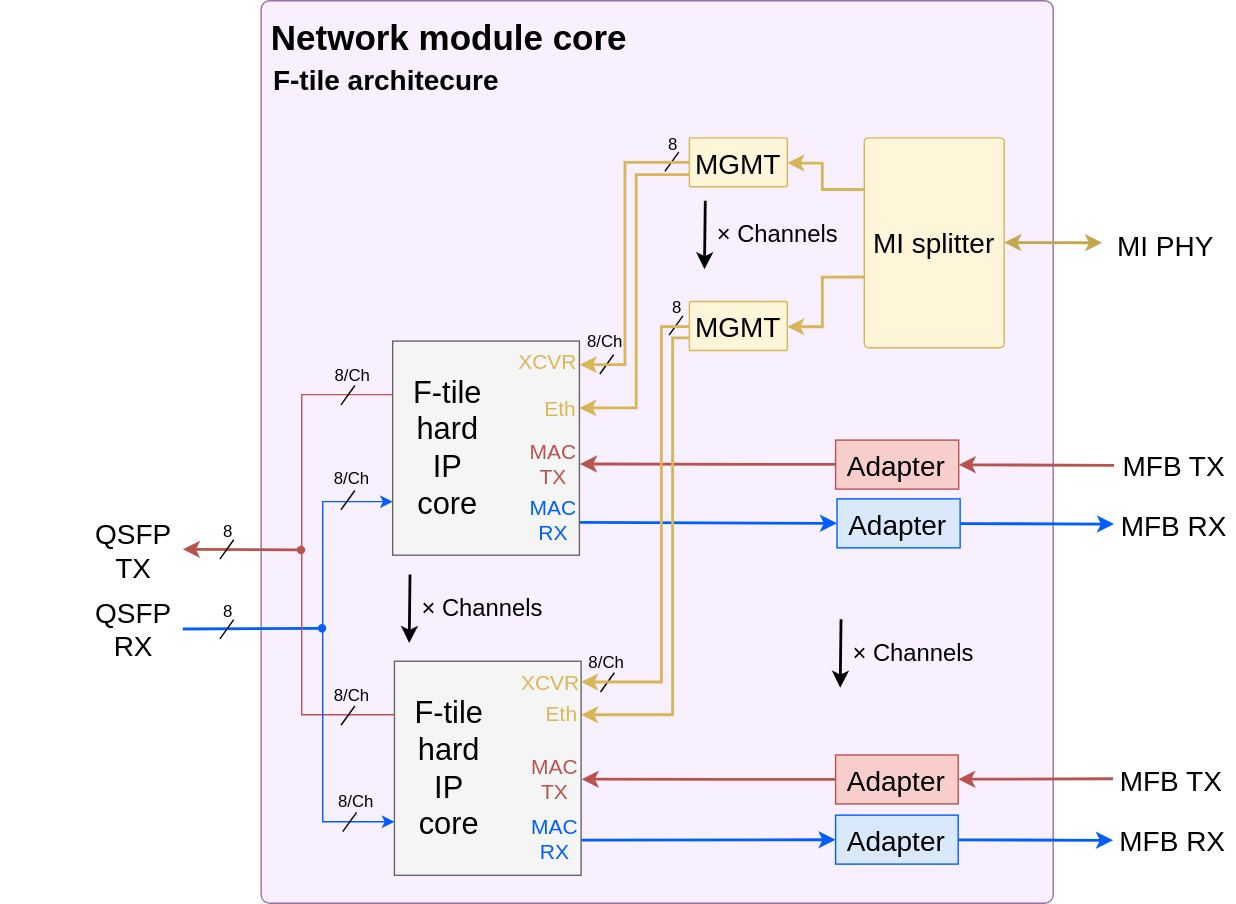
CESNET/ndk-core keeps this draw.io diagram as intel/doc/img/ftile_network_module_core.svg. Above is the earlier version. Source tidied: cells renumbered, new cells last; positions are measured from the earlier drawing's top-left corner, leaving out a move shared by most shapes.
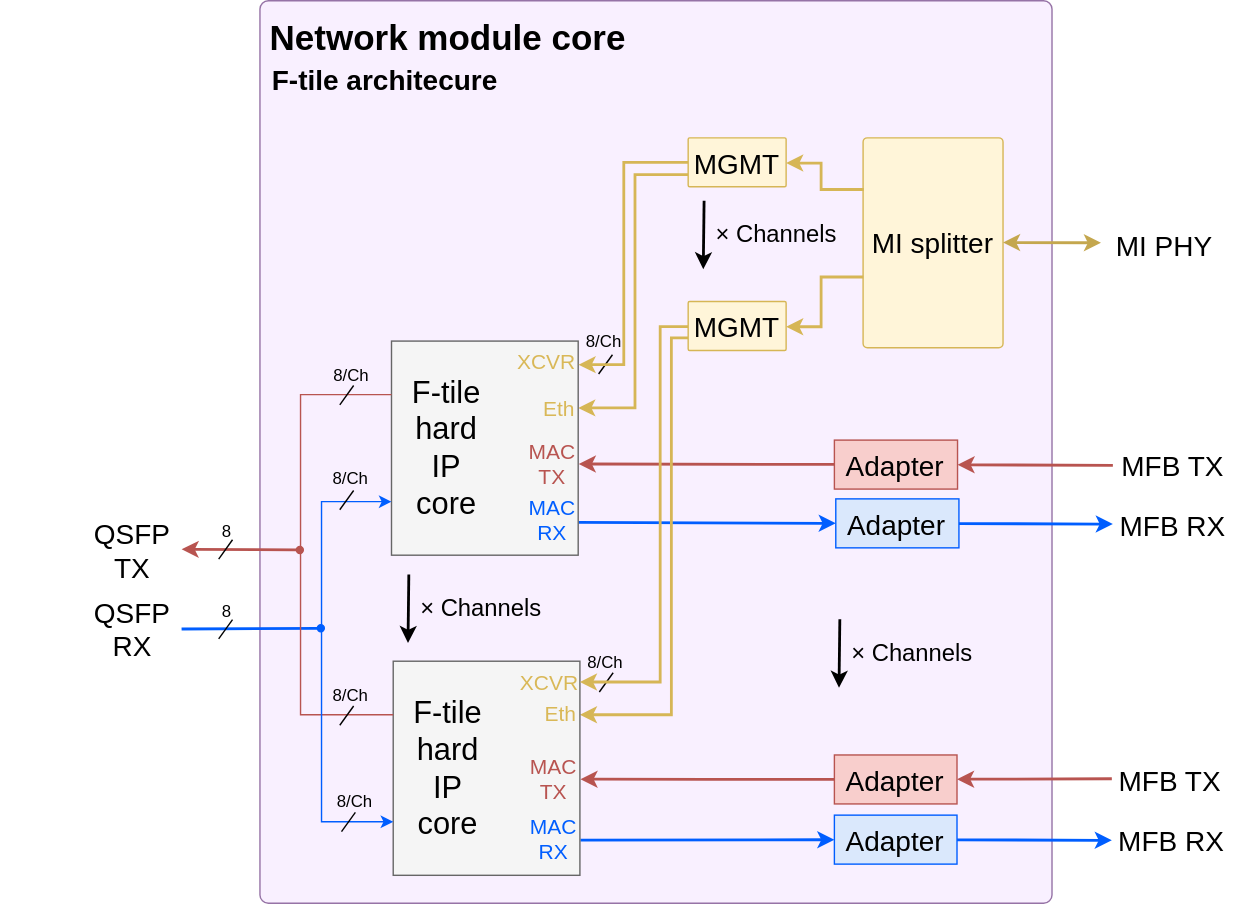
The same diagram one commit later.

Diff of the diagram source:
```diff
@@ -11,18 +11,6 @@
         <mxPoint x="438.4" y="480.2" as="targetPoint" />
       </mxGeometry>
     </mxCell>
-    <mxCell id="4" style="group;" parent="1" vertex="1">
-      <mxGeometry x="469" y="210" width="29" height="29" as="geometry" />
-    </mxCell>
-    <mxCell id="5" value="8" style="text;html=1;strokeColor=none;fillColor=none;align=center;verticalAlign=middle;whiteSpace=wrap;rounded=0;dashed=1;" parent="4" vertex="1">
-      <mxGeometry y="2" width="29" height="15" as="geometry" />
-    </mxCell>
-    <mxCell id="6" style="endArrow=none;html=1;rounded=0;" parent="4" edge="1">
-      <mxGeometry relative="1" as="geometry">
-        <mxPoint x="8.5" y="29" as="sourcePoint" />
-        <mxPoint x="18.4" y="15.2" as="targetPoint" />
-      </mxGeometry>
-    </mxCell>
     <mxCell id="7" style="rounded=0;jettySize=auto;html=1;entryX=0;entryY=0.5;entryDx=0;entryDy=0;strokeColor=#005EFF;strokeWidth=2;fontSize=20;exitX=1.002;exitY=0.847;exitDx=0;exitDy=0;exitPerimeter=0;" parent="1" edge="1" source="34" target="12">
       <mxGeometry relative="1" as="geometry" />
     </mxCell>
@@ -246,18 +234,6 @@
         </Array>
       </mxGeometry>
     </mxCell>
-    <mxCell id="62" style="group;" parent="1" vertex="1">
-      <mxGeometry x="466" y="93" width="29" height="29" as="geometry" />
-    </mxCell>
-    <mxCell id="63" value="8" style="text;html=1;strokeColor=none;fillColor=none;align=center;verticalAlign=middle;whiteSpace=wrap;rounded=0;dashed=1;" parent="62" vertex="1">
-      <mxGeometry y="2" width="29" height="15" as="geometry" />
-    </mxCell>
-    <mxCell id="64" style="endArrow=none;html=1;rounded=0;" parent="62" edge="1">
-      <mxGeometry relative="1" as="geometry">
-        <mxPoint x="8.5" y="29" as="sourcePoint" />
-        <mxPoint x="18.4" y="15.2" as="targetPoint" />
-      </mxGeometry>
-    </mxCell>
     <mxCell id="65" style="endArrow=none;html=1;rounded=0;strokeColor=#d6b656;exitX=1.002;exitY=0.096;exitDx=0;exitDy=0;exitPerimeter=0;startArrow=classic;startFill=1;edgeStyle=elbowEdgeStyle;fillColor=#fff2cc;entryX=0;entryY=0.51;entryDx=0;entryDy=0;entryPerimeter=0;strokeWidth=2;" parent="1" edge="1" target="86">
       <mxGeometry relative="1" as="geometry">
         <mxPoint x="414.6" y="486.9" as="sourcePoint" />
```
